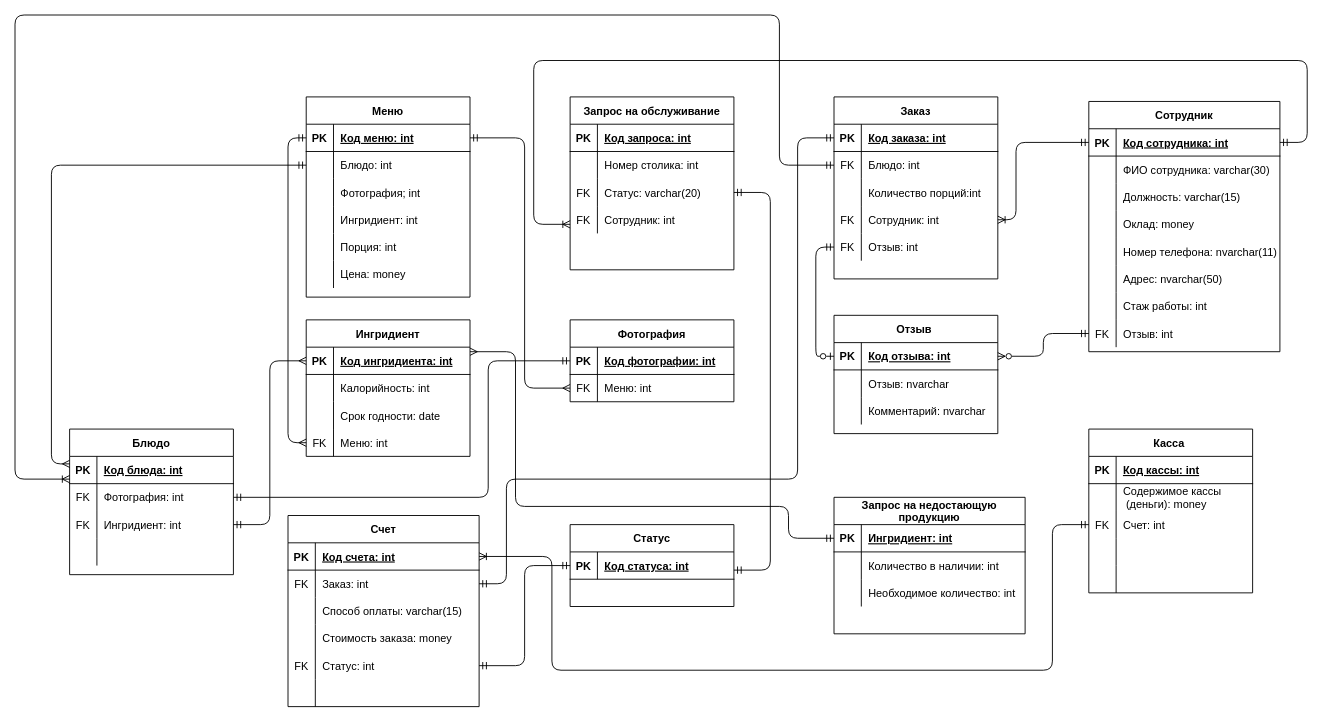
Earlier version of the draw.io diagram ER-diagram.drawio (maria-kuchina262002/mypracticework). Source tidied: cells renumbered, new cells numbered last; positions are measured from the earlier drawing's top-left corner, leaving out a move shared by most shapes. Both pictures are drawn from the tidied source at 91%, with x=0, y=0 at pixel (15, 15).
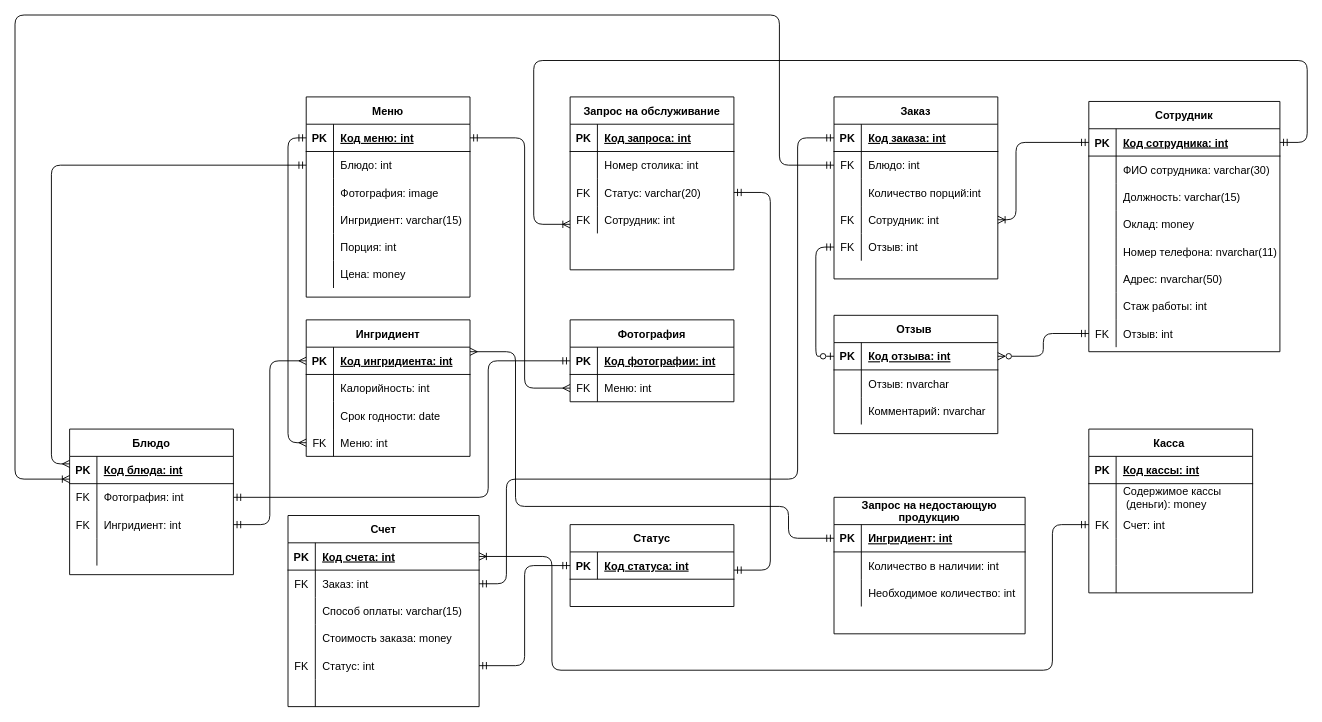
The same page after the edit.

The change refers to these unchanged cells:
```xml
<mxCell id="9" style="shape=partialRectangle;fillColor=none;top=0;left=0;bottom=0;right=0;" parent="2" vertex="1">
  <mxGeometry y="90" width="180" height="30" as="geometry" />
</mxCell>
<mxCell id="12" style="shape=partialRectangle;fillColor=none;top=0;left=0;bottom=0;right=0;" parent="2" vertex="1">
  <mxGeometry y="120" width="180" height="30" as="geometry" />
</mxCell>
```

Change to the diagram source:
```diff
@@
-    <mxCell id="11" value="Фотография; int" style="shape=partialRectangle;fillColor=none;top=0;left=0;bottom=0;right=0;align=left;spacingLeft=6;overflow=hidden;" parent="9" vertex="1">
+    <mxCell id="11" value="Фотография: image" style="shape=partialRectangle;fillColor=none;top=0;left=0;bottom=0;right=0;align=left;spacingLeft=6;overflow=hidden;" parent="9" vertex="1">
       <mxGeometry x="30" width="150" height="30" as="geometry" />
     </mxCell>
@@
-    <mxCell id="14" value="Ингридиент: int" style="shape=partialRectangle;fillColor=none;top=0;left=0;bottom=0;right=0;align=left;spacingLeft=6;overflow=hidden;" parent="12" vertex="1">
+    <mxCell id="14" value="Ингридиент: varchar(15)" style="shape=partialRectangle;fillColor=none;top=0;left=0;bottom=0;right=0;align=left;spacingLeft=6;overflow=hidden;" parent="12" vertex="1">
       <mxGeometry x="30" width="150" height="30" as="geometry" />
     </mxCell>
```
